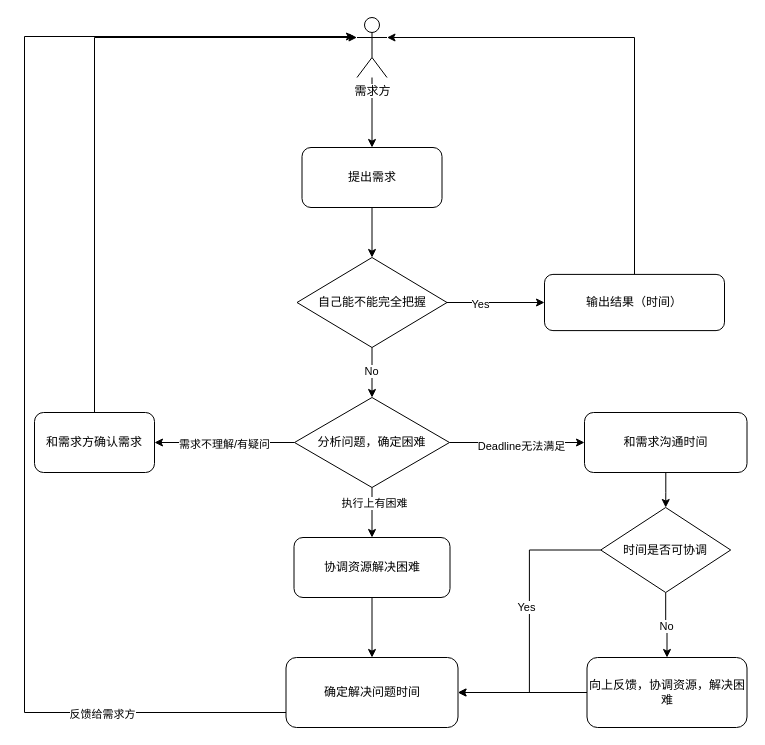
Before: page "需求类汇总" (1 of 4) of 处理问题流程.drawio in cp0802/xueqqiu, a draw.io diagram. Source tidied: cells renumbered, new cells numbered last; positions are measured from the earlier drawing's top-left corner, leaving out a move shared by most shapes. Both pictures are drawn from the tidied source at 100%, with x=0, y=0 at pixel (24, 17).
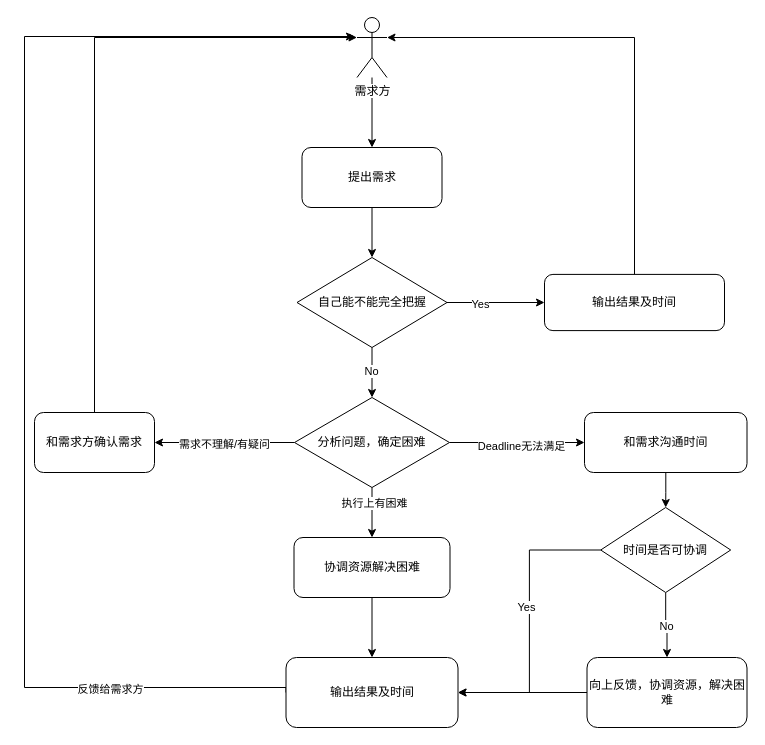
After the change.

The edit, as a diff of the source:
```diff
@@
-    <mxCell id="12" value="输出结果（时间）" style="rounded=1;whiteSpace=wrap;html=1;" parent="1" vertex="1">
+    <mxCell id="12" value="输出结果及时间" style="rounded=1;whiteSpace=wrap;html=1;" parent="1" vertex="1">
       <mxGeometry x="520" y="256.9" width="180" height="56.2" as="geometry" />
     </mxCell>
@@
-    <mxCell id="33" style="edgeStyle=orthogonalEdgeStyle;rounded=0;jettySize=auto;html=1;" parent="1" edge="1" source="35">
+    <mxCell id="33" style="edgeStyle=orthogonalEdgeStyle;rounded=0;jettySize=auto;html=1;exitX=0;exitY=0.5;exitDx=0;exitDy=0;" parent="1" edge="1" source="35">
       <mxGeometry relative="1" as="geometry">
         <mxPoint x="330" y="19" as="targetPoint" />
         <Array as="points">
-          <mxPoint y="695" />
+          <mxPoint x="262" y="670" />
+          <mxPoint y="670" />
           <mxPoint y="19" />
         </Array>
       </mxGeometry>
     </mxCell>
@@
-    <mxCell id="35" value="确定解决问题时间" style="rounded=1;whiteSpace=wrap;html=1;" parent="1" vertex="1">
+    <mxCell id="35" value="输出结果及时间" style="rounded=1;whiteSpace=wrap;html=1;" parent="1" vertex="1">
       <mxGeometry x="261.5" y="640" width="172" height="70" as="geometry" />
     </mxCell>
```
